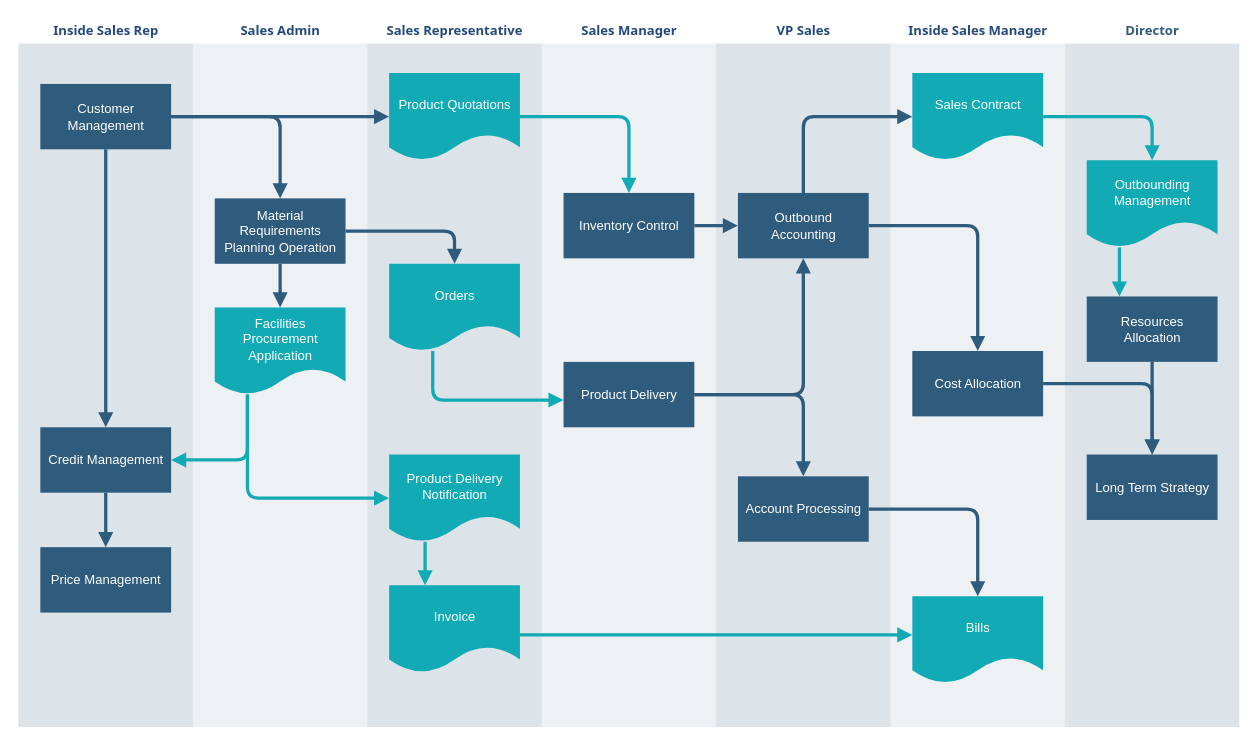
This is Untitled Diagram.drawio from panjuncai/Req, a draw.io file, before an edit. Source tidied: cells renumbered, new cells numbered last; positions are measured from the earlier drawing's top-left corner, leaving out a move shared by most shapes. Both pictures are drawn from the tidied source at 109%, with x=0, y=0 at pixel (17, 17).
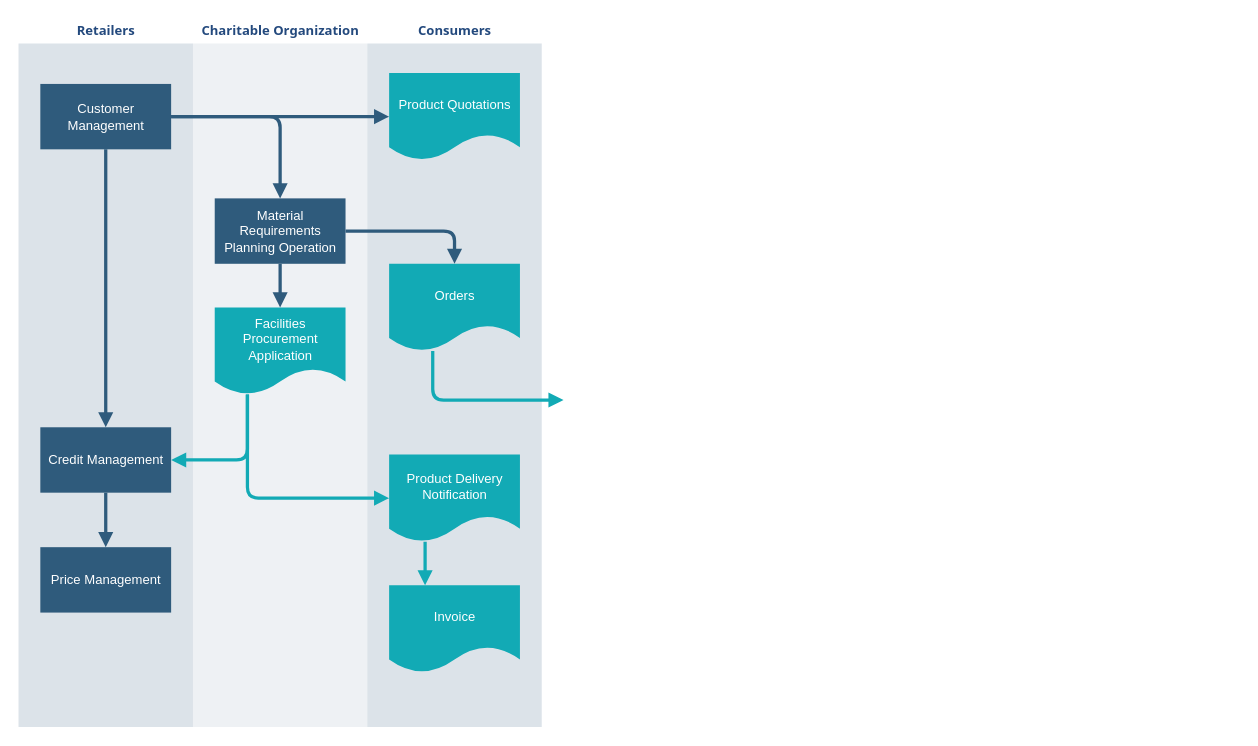
The same diagram, later.

Unchanged cells that the change refers to:
```xml
<mxCell id="20" value="Product Quotations" style="shape=document;whiteSpace=wrap;verticalAlign=middle;strokeColor=none;fillColor=#12aab5;shadow=0;fontColor=#FFFFFF;fontFamily=Helvetica;fontStyle=0;html=1;fontSize=12;spacing=6;spacingBottom=22;" parent="19" vertex="1">
  <mxGeometry x="20" y="50" width="120" height="80" as="geometry" />
</mxCell>
<mxCell id="21" value="Orders" style="shape=document;whiteSpace=wrap;verticalAlign=middle;strokeColor=none;fillColor=#12aab5;shadow=0;fontColor=#FFFFFF;fontFamily=Helvetica;fontStyle=0;html=1;fontSize=12;spacing=6;spacingBottom=22;" parent="19" vertex="1">
  <mxGeometry x="20" y="225" width="120" height="80" as="geometry" />
</mxCell>
<mxCell id="23" value="Invoice" style="shape=document;whiteSpace=wrap;verticalAlign=middle;strokeColor=none;fillColor=#12aab5;shadow=0;fontColor=#FFFFFF;fontFamily=Helvetica;fontStyle=0;html=1;fontSize=12;spacing=6;spacingBottom=22;" parent="19" vertex="1">
  <mxGeometry x="20" y="520" width="120" height="80" as="geometry" />
</mxCell>
```

The edit, as a diff of the source:
```diff
@@
-    <mxCell id="2" value="&lt;font color=&quot;#23497d&quot;&gt;Inside Sales Rep&lt;/font&gt;" style="swimlane;whiteSpace=wrap;fillColor=none;swimlaneFillColor=#BAC8D3;fontColor=#2F5B7C;fontFamily=Tahoma;html=1;strokeColor=none;opacity=50;" parent="1" vertex="1">
+    <mxCell id="2" value="&lt;font color=&quot;#23497d&quot;&gt;Retailers&lt;/font&gt;" style="swimlane;whiteSpace=wrap;fillColor=none;swimlaneFillColor=#BAC8D3;fontColor=#2F5B7C;fontFamily=Tahoma;html=1;strokeColor=none;opacity=50;" parent="1" vertex="1">
       <mxGeometry x="0.5" y="0.5" width="160" height="650" as="geometry" />
     </mxCell>
@@
-    <mxCell id="8" value="&lt;font color=&quot;#23497d&quot;&gt;Inside Sales Manager&lt;/font&gt;" style="swimlane;whiteSpace=wrap;fillColor=none;swimlaneFillColor=#BAC8D3;fontColor=#2F5B7C;fontFamily=Tahoma;html=1;strokeColor=none;opacity=25;" parent="1" vertex="1">
-      <mxGeometry x="800.5" y="0.5" width="160" height="650" as="geometry" />
-    </mxCell>
-    <mxCell id="9" value="Sales Contract" style="shape=document;whiteSpace=wrap;verticalAlign=middle;strokeColor=none;fillColor=#12aab5;shadow=0;fontColor=#FFFFFF;fontFamily=Helvetica;fontStyle=0;html=1;fontSize=12;spacing=6;spacingBottom=22;" parent="8" vertex="1">
-      <mxGeometry x="20" y="50" width="120" height="80" as="geometry" />
-    </mxCell>
-    <mxCell id="10" value="Bills" style="shape=document;whiteSpace=wrap;verticalAlign=middle;strokeColor=none;fillColor=#12aab5;shadow=0;fontColor=#FFFFFF;fontFamily=Helvetica;fontStyle=0;html=1;fontSize=12;spacing=6;spacingBottom=22;" parent="8" vertex="1">
-      <mxGeometry x="20" y="530" width="120" height="80" as="geometry" />
-    </mxCell>
-    <mxCell id="11" value="Cost Allocation" style="whiteSpace=wrap;strokeColor=none;fillColor=#2f5b7c;shadow=0;fontColor=#FFFFFF;fontFamily=Helvetica;fontStyle=0;html=1;fontSize=12;spacing=6;verticalAlign=middle;" parent="8" vertex="1">
-      <mxGeometry x="20" y="305" width="120" height="60" as="geometry" />
-    </mxCell>
-    <mxCell id="12" value="&lt;font color=&quot;#23497d&quot;&gt;VP Sales&lt;/font&gt;" style="swimlane;whiteSpace=wrap;fillColor=none;swimlaneFillColor=#BAC8D3;fontColor=#2F5B7C;fontFamily=Tahoma;html=1;strokeColor=none;opacity=50;" parent="1" vertex="1">
-      <mxGeometry x="640.5" y="0.5" width="160" height="650" as="geometry" />
-    </mxCell>
-    <mxCell id="13" value="Outbound Accounting" style="whiteSpace=wrap;fillColor=#2f5b7c;strokeColor=none;shadow=0;fontColor=#FFFFFF;fontFamily=Helvetica;fontStyle=0;html=1;fontSize=12;spacing=6;verticalAlign=middle;" parent="12" vertex="1">
-      <mxGeometry x="20" y="160" width="120" height="60" as="geometry" />
-    </mxCell>
-    <mxCell id="14" value="Account Processing" style="whiteSpace=wrap;strokeColor=none;fillColor=#2f5b7c;shadow=0;fontColor=#FFFFFF;fontFamily=Helvetica;fontStyle=0;html=1;fontSize=12;spacing=6;verticalAlign=middle;" parent="12" vertex="1">
-      <mxGeometry x="20" y="420" width="120" height="60" as="geometry" />
-    </mxCell>
-    <mxCell id="15" value="&lt;font color=&quot;#23497d&quot;&gt;Sales Admin&lt;/font&gt;" style="swimlane;whiteSpace=wrap;fillColor=none;swimlaneFillColor=#BAC8D3;fontColor=#2F5B7C;fontFamily=Tahoma;html=1;strokeColor=none;opacity=25;" parent="1" vertex="1">
+    <mxCell id="15" value="&lt;font color=&quot;#23497d&quot;&gt;Charitable Organization&lt;/font&gt;" style="swimlane;whiteSpace=wrap;fillColor=none;swimlaneFillColor=#BAC8D3;fontColor=#2F5B7C;fontFamily=Tahoma;html=1;strokeColor=none;opacity=25;" parent="1" vertex="1">
       <mxGeometry x="160.5" y="0.5" width="160" height="650" as="geometry" />
     </mxCell>
@@
-    <mxCell id="19" value="&lt;font color=&quot;#23497d&quot;&gt;Sales Representative&lt;/font&gt;" style="swimlane;whiteSpace=wrap;fillColor=none;swimlaneFillColor=#BAC8D3;fontColor=#2F5B7C;fontFamily=Tahoma;html=1;strokeColor=none;opacity=50;" parent="1" vertex="1">
+    <mxCell id="19" value="&lt;font color=&quot;#23497d&quot;&gt;Consumers&lt;/font&gt;" style="swimlane;whiteSpace=wrap;fillColor=none;swimlaneFillColor=#BAC8D3;fontColor=#2F5B7C;fontFamily=Tahoma;html=1;strokeColor=none;opacity=50;" parent="1" vertex="1">
       <mxGeometry x="320.5" y="0.5" width="160" height="650" as="geometry" />
     </mxCell>
@@
-    <mxCell id="25" value="&lt;font color=&quot;#23497d&quot;&gt;Sales Manager&lt;/font&gt;" style="swimlane;whiteSpace=wrap;fillColor=none;swimlaneFillColor=#BAC8D3;fontColor=#2F5B7C;fontFamily=Tahoma;html=1;strokeColor=none;opacity=25;" parent="1" vertex="1">
-      <mxGeometry x="480.5" y="0.5" width="160" height="650" as="geometry" />
-    </mxCell>
-    <mxCell id="26" value="Inventory Control" style="whiteSpace=wrap;strokeColor=none;fillColor=#2f5b7c;shadow=0;fontColor=#FFFFFF;fontFamily=Helvetica;fontStyle=0;html=1;fontSize=12;spacing=6;verticalAlign=middle;" parent="25" vertex="1">
-      <mxGeometry x="20" y="160" width="120" height="60" as="geometry" />
-    </mxCell>
-    <mxCell id="27" value="Product Delivery" style="whiteSpace=wrap;strokeColor=none;fillColor=#2f5b7c;shadow=0;fontColor=#FFFFFF;fontFamily=Helvetica;fontStyle=0;html=1;fontSize=12;spacing=6;verticalAlign=middle;" parent="25" vertex="1">
-      <mxGeometry x="20" y="315" width="120" height="60" as="geometry" />
-    </mxCell>
-    <mxCell id="28" value="Director" style="swimlane;whiteSpace=wrap;fillColor=none;swimlaneFillColor=#BAC8D3;fontColor=#2F5B7C;fontFamily=Tahoma;html=1;strokeColor=none;opacity=50;" parent="1" vertex="1">
-      <mxGeometry x="960.5" y="0.5" width="160" height="650" as="geometry" />
-    </mxCell>
-    <mxCell id="29" value="Outbounding Management" style="shape=document;whiteSpace=wrap;verticalAlign=middle;strokeColor=none;fillColor=#12aab5;shadow=0;fontColor=#FFFFFF;fontFamily=Helvetica;fontStyle=0;html=1;fontSize=12;spacing=6;spacingBottom=22;" parent="28" vertex="1">
-      <mxGeometry x="20" y="130" width="120" height="80" as="geometry" />
-    </mxCell>
-    <mxCell id="30" value="Resources Allocation" style="whiteSpace=wrap;strokeColor=none;fillColor=#2f5b7c;shadow=0;fontColor=#FFFFFF;fontFamily=Helvetica;fontStyle=0;html=1;fontSize=12;spacing=6;verticalAlign=middle;" parent="28" vertex="1">
-      <mxGeometry x="20" y="255" width="120" height="60" as="geometry" />
-    </mxCell>
-    <mxCell id="31" value="Long Term Strategy" style="whiteSpace=wrap;strokeColor=none;fillColor=#2f5b7c;shadow=0;fontColor=#FFFFFF;fontFamily=Helvetica;fontStyle=0;html=1;fontSize=12;spacing=6;verticalAlign=middle;" parent="28" vertex="1">
-      <mxGeometry x="20" y="400" width="120" height="60" as="geometry" />
-    </mxCell>
-    <mxCell id="32" style="edgeStyle=segmentEdgeStyle;strokeColor=#2F5B7C;strokeWidth=3;html=1;endArrow=block;endFill=1;" parent="28" edge="1" source="30" target="31">
-      <mxGeometry relative="1" as="geometry" />
-    </mxCell>
-    <mxCell id="33" style="edgeStyle=segmentEdgeStyle;entryX=0.25;entryY=0;strokeColor=#12AAB5;strokeWidth=3;html=1;endArrow=block;endFill=1;" parent="28" edge="1" source="29" target="30">
-      <mxGeometry relative="1" as="geometry" />
-    </mxCell>
@@
-    <mxCell id="38" style="edgeStyle=elbowEdgeStyle;elbow=vertical;strokeColor=#12AAB5;strokeWidth=3;html=1;endArrow=block;endFill=1;" parent="1" edge="1" source="23" target="10">
-      <mxGeometry x="484.5" y="623.5" as="geometry" />
-    </mxCell>
@@
-    <mxCell id="40" style="edgeStyle=segmentEdgeStyle;strokeColor=#12AAB5;strokeWidth=3;html=1;endArrow=block;endFill=1;" parent="1" edge="1" source="20" target="26">
-      <mxGeometry x="484.5" y="178.5" as="geometry" />
-    </mxCell>
-    <mxCell id="41" style="edgeStyle=none;strokeColor=#2F5B7C;strokeWidth=3;html=1;endArrow=block;endFill=1;" parent="1" edge="1" source="26" target="13">
-      <mxGeometry x="644.5" y="278.5" as="geometry" />
-    </mxCell>
-    <mxCell id="42" style="edgeStyle=segmentEdgeStyle;strokeColor=#12AAB5;strokeWidth=3;html=1;endArrow=block;endFill=1;" parent="1" edge="1" source="21" target="27">
+    <mxCell id="42" style="edgeStyle=segmentEdgeStyle;strokeColor=#12AAB5;strokeWidth=3;html=1;endArrow=block;endFill=1;" parent="1" edge="1" source="21">
       <mxGeometry x="404.5" y="393.5" as="geometry">
+        <mxPoint x="500.5" y="350.5" as="targetPoint" />
         <Array as="points">
           <mxPoint x="380.5" y="350.5" />
         </Array>
       </mxGeometry>
     </mxCell>
-    <mxCell id="43" style="edgeStyle=segmentEdgeStyle;strokeColor=#2F5B7C;strokeWidth=3;html=1;endArrow=block;endFill=1;" parent="1" edge="1" source="27" target="13">
-      <mxGeometry x="644.5" y="308.5" as="geometry" />
-    </mxCell>
-    <mxCell id="44" style="edgeStyle=segmentEdgeStyle;strokeColor=#2F5B7C;strokeWidth=3;html=1;endArrow=block;endFill=1;" parent="1" edge="1" source="27" target="14">
-      <mxGeometry x="644.5" y="433.5" as="geometry" />
-    </mxCell>
-    <mxCell id="45" style="edgeStyle=segmentEdgeStyle;strokeColor=#2F5B7C;strokeWidth=3;html=1;endArrow=block;endFill=1;" parent="1" edge="1" source="13" target="9">
-      <mxGeometry x="744.5" y="178.5" as="geometry">
-        <Array as="points">
-          <mxPoint x="720.5" y="90.5" />
-        </Array>
-      </mxGeometry>
-    </mxCell>
-    <mxCell id="46" style="edgeStyle=segmentEdgeStyle;strokeColor=#2F5B7C;strokeWidth=3;html=1;endArrow=block;endFill=1;" parent="1" edge="1" source="13" target="11">
-      <mxGeometry x="804.5" y="278.5" as="geometry" />
-    </mxCell>
-    <mxCell id="47" style="edgeStyle=segmentEdgeStyle;strokeColor=#2F5B7C;strokeWidth=3;html=1;endArrow=block;endFill=1;" parent="1" edge="1" source="14" target="10">
-      <mxGeometry x="804.5" y="538.5" as="geometry" />
-    </mxCell>
-    <mxCell id="48" style="edgeStyle=segmentEdgeStyle;strokeColor=#2F5B7C;strokeWidth=3;html=1;endArrow=block;endFill=1;" parent="1" edge="1" source="11" target="31">
-      <mxGeometry x="964.5" y="423.5" as="geometry" />
-    </mxCell>
-    <mxCell id="49" style="edgeStyle=segmentEdgeStyle;strokeColor=#12AAB5;strokeWidth=3;html=1;endArrow=block;endFill=1;" parent="1" edge="1" source="9" target="29">
-      <mxGeometry x="964.5" y="178.5" as="geometry" />
-    </mxCell>
```
